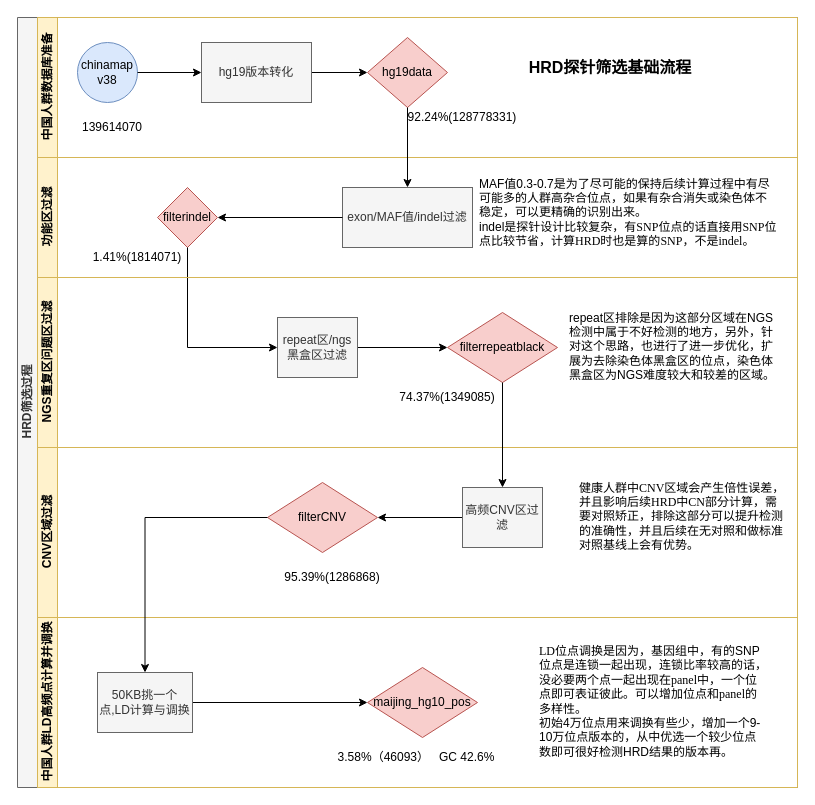
Above: HRD_shaixuan_Diagram.drawio in kkshaxqd/pipline_contral (draw.io), before the change. Source tidied: cells renumbered, new cells numbered last; positions are measured from the earlier drawing's top-left corner, leaving out a move shared by most shapes. Both pictures are drawn from the tidied source at 100%, with x=0, y=0 at pixel (17, 17).
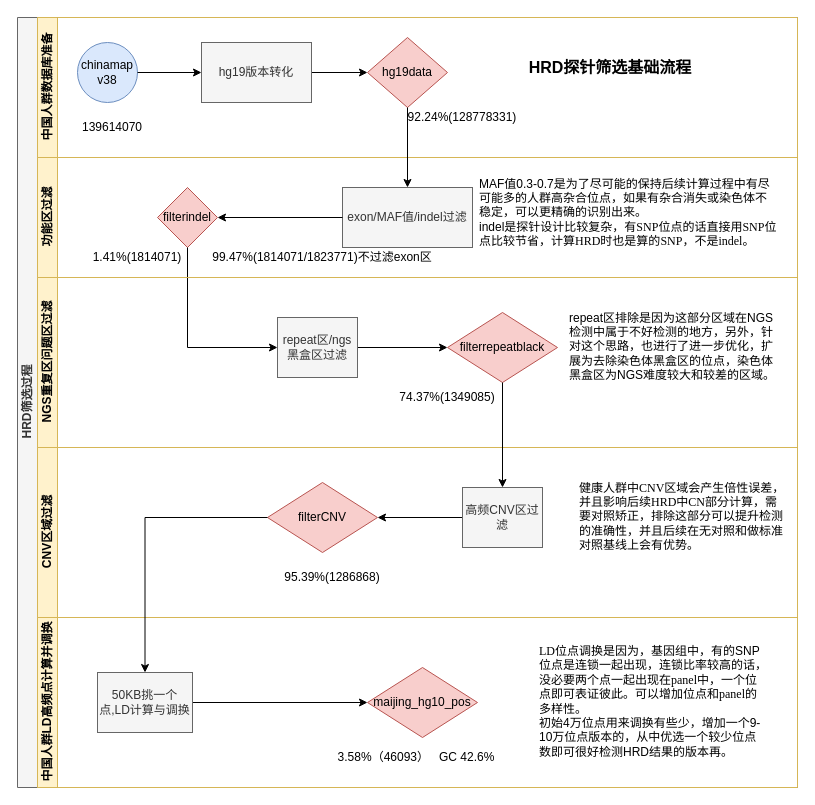
Above is the later version.

Unchanged cells that the change refers to:
```xml
<mxCell id="11" value="功能区过滤" style="swimlane;html=1;startSize=20;horizontal=0;fillColor=#fff2cc;strokeColor=#d6b656;" parent="2" vertex="1">
  <mxGeometry x="20" y="140" width="760" height="120" as="geometry" />
</mxCell>
```

The edit, as a diff of the source:
```diff
@@
+    <mxCell id="40" value="99.47%(1814071/1823771)不过滤exon区" style="text;html=1;strokeColor=none;fillColor=none;align=center;verticalAlign=middle;whiteSpace=wrap;rounded=0;" parent="11" vertex="1">
+      <mxGeometry x="160" y="90" width="250" height="20" as="geometry" />
+    </mxCell>
```
